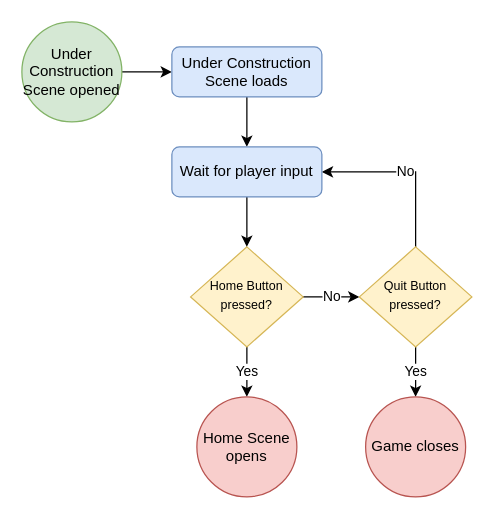
This is Design/UnderConstructionFlow.drawio from zkturman/TiltaPong, a draw.io file, before an edit. Source tidied: cells renumbered, new cells numbered last; positions are measured from the earlier drawing's top-left corner, leaving out a move shared by most shapes. Both pictures are drawn from the tidied source at 125%, with x=0, y=0 at pixel (21, 21).
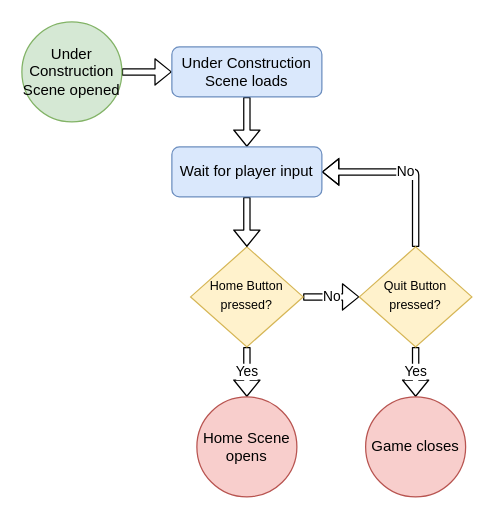
The same diagram, later.

Diff of the diagram source:
```diff
@@
 <mxGraphModel>
   <root>
     <mxCell id="0" />
     <mxCell id="1" parent="0" />
-    <mxCell id="2" value="No" style="edgeStyle=orthogonalEdgeStyle;rounded=0;jettySize=auto;html=1;exitX=1;exitY=0.5;exitDx=0;exitDy=0;entryX=0;entryY=0.5;entryDx=0;entryDy=0;" parent="1" edge="1" source="4" target="9">
+    <mxCell id="2" value="No" style="edgeStyle=orthogonalEdgeStyle;rounded=1;jettySize=auto;html=1;exitX=1;exitY=0.5;exitDx=0;exitDy=0;entryX=0;entryY=0.5;entryDx=0;entryDy=0;shape=flexArrow;fillColor=default;endSize=4;width=5;arcSize=20;endWidth=15;" parent="1" edge="1" source="4" target="9">
       <mxGeometry relative="1" as="geometry" />
     </mxCell>
-    <mxCell id="3" value="Yes" style="edgeStyle=orthogonalEdgeStyle;rounded=0;jettySize=auto;html=1;exitX=0.5;exitY=1;exitDx=0;exitDy=0;entryX=0.5;entryY=0;entryDx=0;entryDy=0;" parent="1" edge="1" source="4" target="13">
+    <mxCell id="3" value="Yes" style="edgeStyle=orthogonalEdgeStyle;rounded=1;jettySize=auto;html=1;exitX=0.5;exitY=1;exitDx=0;exitDy=0;entryX=0.5;entryY=0;entryDx=0;entryDy=0;shape=flexArrow;fillColor=default;endSize=4;width=5;arcSize=20;endWidth=15;" parent="1" edge="1" source="4" target="13">
       <mxGeometry relative="1" as="geometry" />
     </mxCell>
     <mxCell id="4" value="&lt;span style=&quot;font-size: 10px&quot;&gt;Home Button pressed?&lt;/span&gt;" style="rhombus;whiteSpace=wrap;html=1;shadow=0;fontFamily=Helvetica;fontSize=12;align=center;strokeWidth=1;spacing=6;spacingTop=-4;fillColor=#fff2cc;strokeColor=#d6b656;" parent="1" vertex="1">
       <mxGeometry x="135" y="180" width="90" height="80" as="geometry" />
     </mxCell>
-    <mxCell id="5" style="edgeStyle=orthogonalEdgeStyle;rounded=0;jettySize=auto;html=1;exitX=1;exitY=0.5;exitDx=0;exitDy=0;" parent="1" edge="1" source="6" target="11">
+    <mxCell id="5" style="edgeStyle=orthogonalEdgeStyle;rounded=1;jettySize=auto;html=1;exitX=1;exitY=0.5;exitDx=0;exitDy=0;shape=flexArrow;fillColor=default;endSize=4;width=5;arcSize=20;endWidth=15;" parent="1" edge="1" source="6" target="11">
       <mxGeometry relative="1" as="geometry" />
     </mxCell>
     <mxCell id="6" value="Under Construction Scene opened" style="ellipse;whiteSpace=wrap;html=1;fillColor=#d5e8d4;strokeColor=#82b366;" parent="1" vertex="1">
       <mxGeometry width="80" height="80" as="geometry" />
     </mxCell>
-    <mxCell id="7" value="Yes" style="edgeStyle=orthogonalEdgeStyle;rounded=0;jettySize=auto;html=1;exitX=0.5;exitY=1;exitDx=0;exitDy=0;entryX=0.5;entryY=0;entryDx=0;entryDy=0;" parent="1" edge="1" source="9" target="12">
+    <mxCell id="7" value="Yes" style="edgeStyle=orthogonalEdgeStyle;rounded=1;jettySize=auto;html=1;exitX=0.5;exitY=1;exitDx=0;exitDy=0;entryX=0.5;entryY=0;entryDx=0;entryDy=0;shape=flexArrow;fillColor=default;endSize=4;width=5;arcSize=20;endWidth=15;" parent="1" edge="1" source="9" target="12">
       <mxGeometry relative="1" as="geometry" />
     </mxCell>
-    <mxCell id="8" value="No" style="edgeStyle=orthogonalEdgeStyle;rounded=0;jettySize=auto;html=1;exitX=0.5;exitY=0;exitDx=0;exitDy=0;entryX=1;entryY=0.5;entryDx=0;entryDy=0;" parent="1" edge="1" source="9" target="15">
+    <mxCell id="8" value="No" style="edgeStyle=orthogonalEdgeStyle;rounded=1;jettySize=auto;html=1;exitX=0.5;exitY=0;exitDx=0;exitDy=0;entryX=1;entryY=0.5;entryDx=0;entryDy=0;shape=flexArrow;fillColor=default;endSize=4;width=5;arcSize=20;endWidth=15;" parent="1" edge="1" source="9" target="15">
       <mxGeometry relative="1" as="geometry" />
     </mxCell>
     <mxCell id="9" value="&lt;span style=&quot;font-size: 10px&quot;&gt;Quit Button pressed?&lt;/span&gt;" style="rhombus;whiteSpace=wrap;html=1;shadow=0;fontFamily=Helvetica;fontSize=12;align=center;strokeWidth=1;spacing=6;spacingTop=-4;fillColor=#fff2cc;strokeColor=#d6b656;" parent="1" vertex="1">
       <mxGeometry x="270" y="180" width="90" height="80" as="geometry" />
     </mxCell>
-    <mxCell id="10" style="edgeStyle=orthogonalEdgeStyle;rounded=0;jettySize=auto;html=1;exitX=0.5;exitY=1;exitDx=0;exitDy=0;" parent="1" edge="1" source="11" target="15">
+    <mxCell id="10" style="edgeStyle=orthogonalEdgeStyle;rounded=1;jettySize=auto;html=1;exitX=0.5;exitY=1;exitDx=0;exitDy=0;shape=flexArrow;fillColor=default;endSize=4;width=5;arcSize=20;endWidth=15;" parent="1" edge="1" source="11" target="15">
       <mxGeometry relative="1" as="geometry" />
     </mxCell>
     <mxCell id="11" value="Under Construction Scene loads" style="rounded=1;whiteSpace=wrap;html=1;fillColor=#dae8fc;strokeColor=#6c8ebf;" parent="1" vertex="1">
       <mxGeometry x="120" y="20" width="120" height="40" as="geometry" />
     </mxCell>
     <mxCell id="12" value="Game closes" style="ellipse;whiteSpace=wrap;html=1;fillColor=#f8cecc;strokeColor=#b85450;" parent="1" vertex="1">
       <mxGeometry x="275" y="300" width="80" height="80" as="geometry" />
     </mxCell>
     <mxCell id="13" value="Home Scene opens" style="ellipse;whiteSpace=wrap;html=1;fillColor=#f8cecc;strokeColor=#b85450;" parent="1" vertex="1">
       <mxGeometry x="140" y="300" width="80" height="80" as="geometry" />
     </mxCell>
-    <mxCell id="14" style="edgeStyle=orthogonalEdgeStyle;rounded=0;jettySize=auto;html=1;exitX=0.5;exitY=1;exitDx=0;exitDy=0;entryX=0.5;entryY=0;entryDx=0;entryDy=0;" parent="1" edge="1" source="15" target="4">
+    <mxCell id="14" style="edgeStyle=orthogonalEdgeStyle;rounded=1;jettySize=auto;html=1;exitX=0.5;exitY=1;exitDx=0;exitDy=0;entryX=0.5;entryY=0;entryDx=0;entryDy=0;shape=flexArrow;fillColor=default;endSize=4;width=5;arcSize=20;endWidth=15;" parent="1" edge="1" source="15" target="4">
       <mxGeometry relative="1" as="geometry" />
     </mxCell>
     <mxCell id="15" value="Wait for player input" style="rounded=1;whiteSpace=wrap;html=1;fillColor=#dae8fc;strokeColor=#6c8ebf;" parent="1" vertex="1">
       <mxGeometry x="120" y="100" width="120" height="40" as="geometry" />
     </mxCell>
   </root>
 </mxGraphModel>
```
